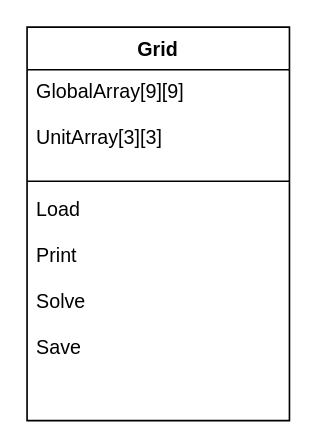
This is sudokusolver.drawio from wagblin3/sudokusolver, a draw.io file, before an edit. Source tidied: cells renumbered, new cells numbered last; positions are measured from the earlier drawing's top-left corner, leaving out a move shared by most shapes. Both pictures are drawn from the tidied source at 164%, with x=0, y=0 at pixel (26, 26).
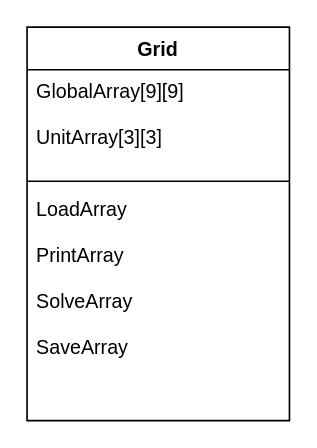
The same diagram, later.

Change to the diagram source:
```diff
@@
 <mxGraphModel>
   <root>
     <mxCell id="0" />
     <mxCell id="1" parent="0" />
     <mxCell id="2" value="Grid" style="swimlane;fontStyle=1;align=center;verticalAlign=top;horizontal=1;startSize=26;" parent="1" vertex="1">
       <mxGeometry width="160" height="240" as="geometry" />
     </mxCell>
     <mxCell id="3" value="GlobalArray[9][9]&#10;&#10;UnitArray[3][3]" style="text;strokeColor=none;fillColor=none;align=left;verticalAlign=top;spacingLeft=4;spacingRight=4;overflow=hidden;" parent="2" vertex="1">
       <mxGeometry y="26" width="160" height="64" as="geometry" />
     </mxCell>
     <mxCell id="4" style="line;strokeWidth=1;fillColor=none;align=left;verticalAlign=middle;spacingTop=-1;spacingLeft=3;spacingRight=3;labelPosition=right;" parent="2" vertex="1">
       <mxGeometry y="90" width="160" height="8" as="geometry" />
     </mxCell>
-    <mxCell id="5" value="Load&#10;&#10;Print&#10;&#10;Solve&#10;&#10;Save" style="text;strokeColor=none;fillColor=none;align=left;verticalAlign=top;spacingLeft=4;spacingRight=4;overflow=hidden;" parent="2" vertex="1">
+    <mxCell id="5" value="LoadArray&#10;&#10;PrintArray&#10;&#10;SolveArray&#10;&#10;SaveArray" style="text;strokeColor=none;fillColor=none;align=left;verticalAlign=top;spacingLeft=4;spacingRight=4;overflow=hidden;" parent="2" vertex="1">
       <mxGeometry y="98" width="160" height="142" as="geometry" />
     </mxCell>
   </root>
 </mxGraphModel>
```
